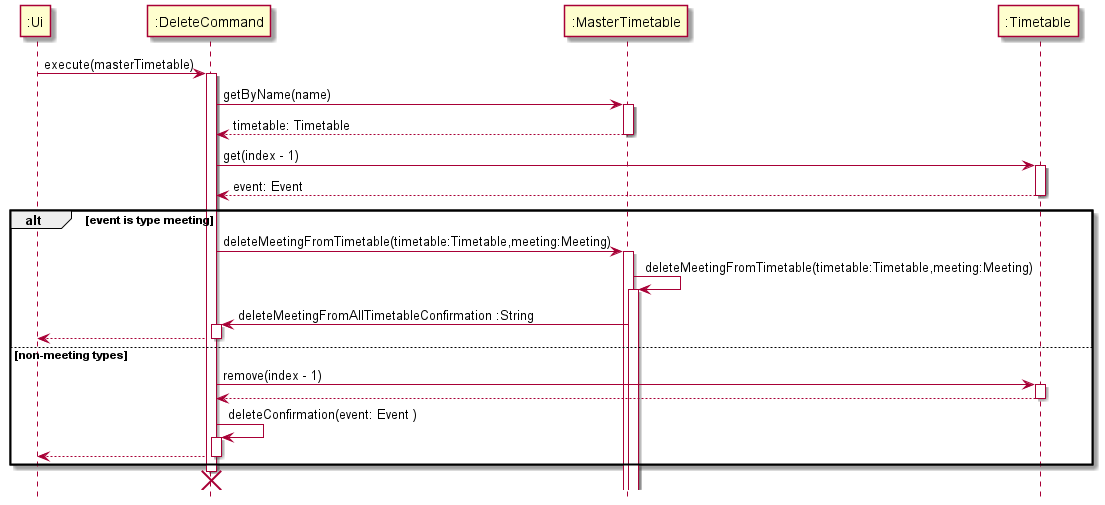
Above: docs/images/DeleteCommandSequenceDiagram.png in nus-cs2113-AY2122S2/tp (PlantUML), before the change.
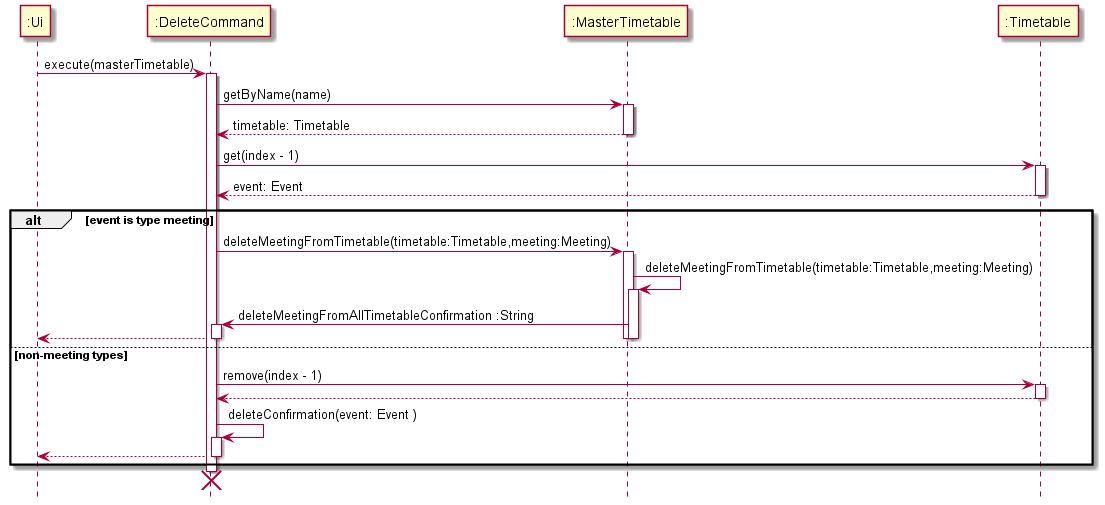
Above is the later version.

Commit message:
Edit sq for delete command activation bar

What changed in the source:
```diff
@@ -11,7 +11,8 @@
 ":MasterTimetable" -> ":MasterTimetable" ++: deleteMeetingFromTimetable(timetable:Timetable,meeting:Meeting)
 ":MasterTimetable" -> ":DeleteCommand" ++: deleteMeetingFromAllTimetableConfirmation :String
 ":DeleteCommand" --> ":Ui" --:
-
+deactivate ":MasterTimetable"
+deactivate ":MasterTimetable"
 else non-meeting types
 
 ":DeleteCommand" -> ":Timetable" ++ : remove(index - 1)
```
